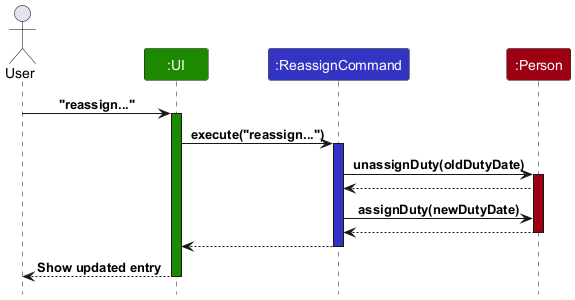
Earlier version of the PlantUML export docs/diagrams/ReassignCommandSequenceDiagram.png (zihung20/tp).
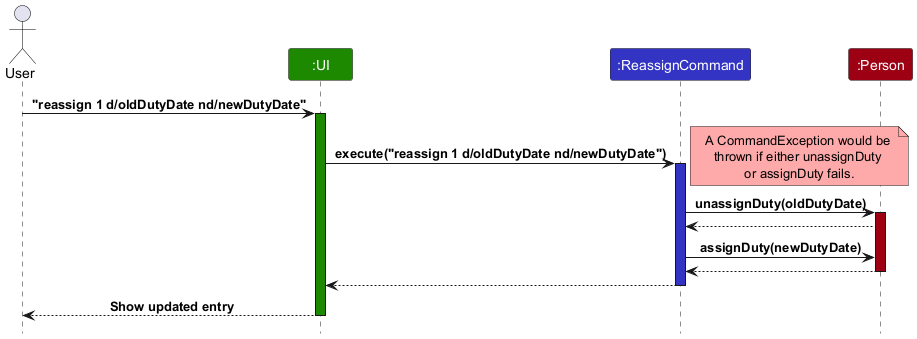
After the commit.

Commit message:
Update UML diagram according to review

Change to the diagram source:
```diff
@@ -6,15 +6,19 @@
 
 actor User
 
-participant ":User" as User #EE82EE
 participant ":UI" as Ui UI_COLOR
 participant ":ReassignCommand" as ReassignCommand LOGIC_COLOR
 participant ":Person" as Person MODEL_COLOR
 
-User -> Ui : "reassign..."
+User -> Ui : "reassign 1 d/oldDutyDate nd/newDutyDate"
 activate Ui UI_COLOR
 
-Ui -> ReassignCommand : execute("reassign...")
+Ui -> ReassignCommand : execute("reassign 1 d/oldDutyDate nd/newDutyDate")
+note right #FFAAAA
+A CommandException would be
+thrown if either unassignDuty
+or assignDuty fails.
+end note
 activate ReassignCommand LOGIC_COLOR
 
 ReassignCommand -> Person : unassignDuty(oldDutyDate)
```
